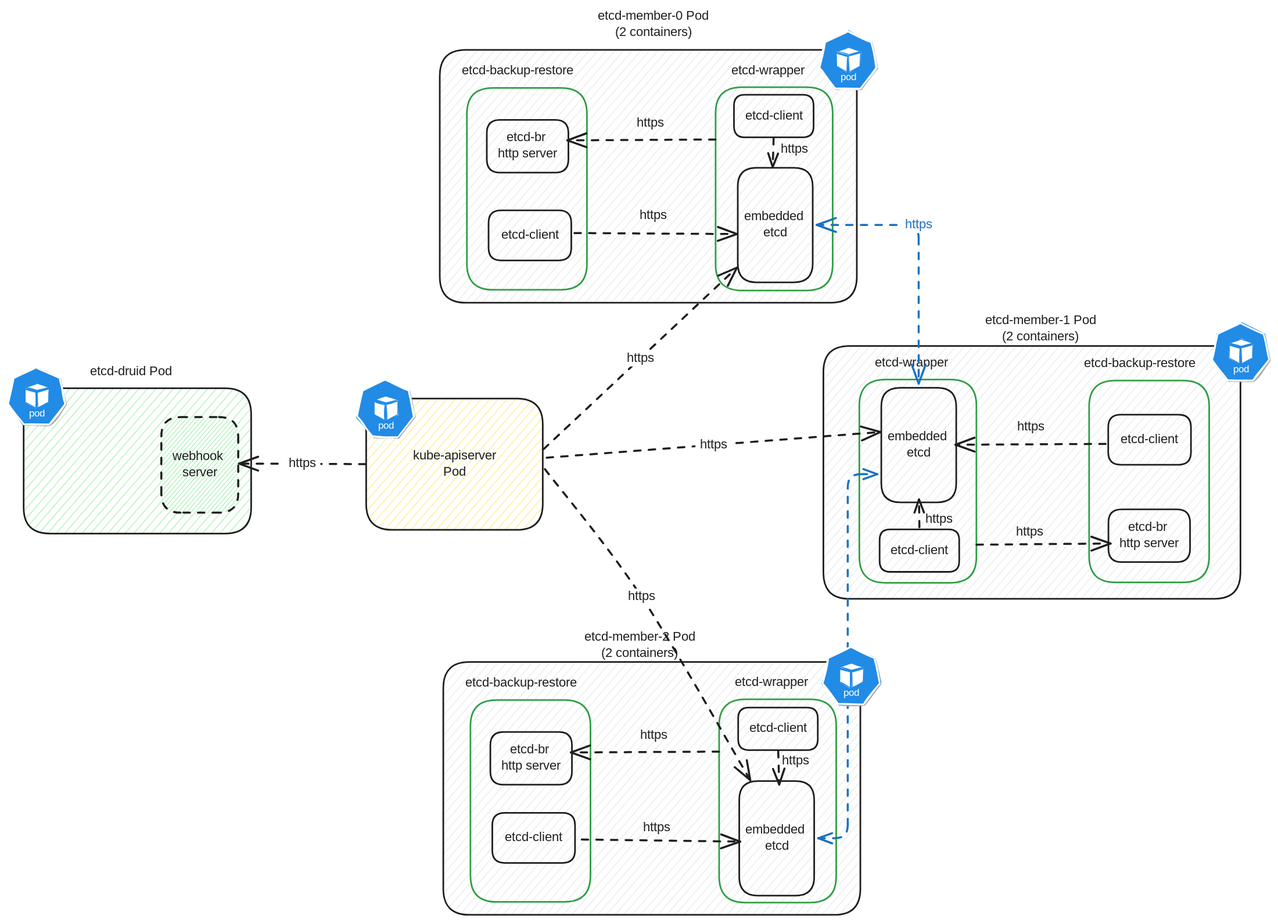
This is docs/assets/images/tls-communication-lines.excalidraw.svg from unmarshall/etcd-druid, a Excalidraw export, as it was before one commit. Source tidied: one line per element, renumbered; positions are measured from the earlier drawing's top-left corner, leaving out a move shared by most shapes.
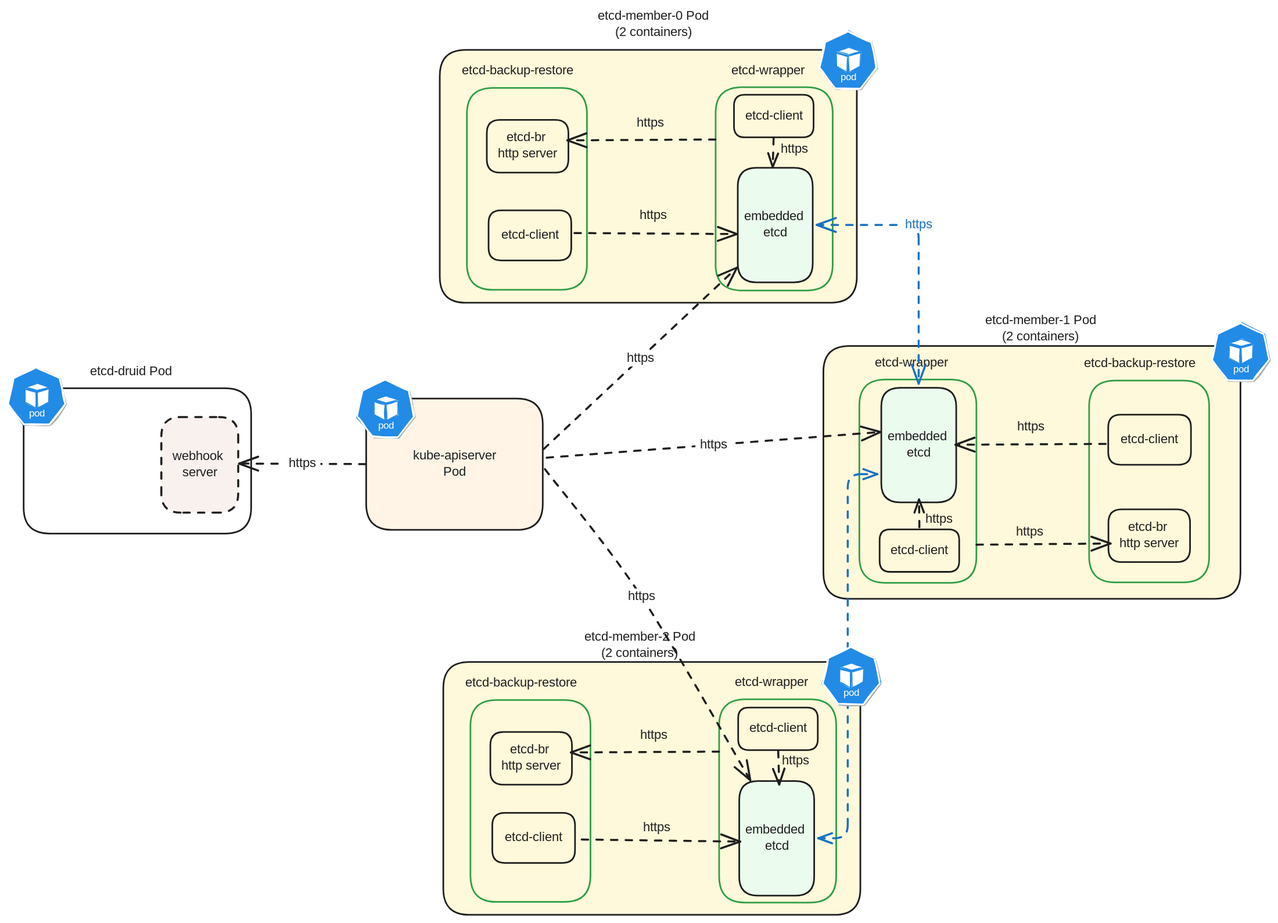
Above is the later version.

Commit message:
revised image for tls communication lines

The edit, as a diff of the source:
```diff
@@ -1,9 +1,9 @@
-{"id": 0, "type": "rectangle", "strokeColor": "#1e1e1e", "backgroundColor": "#e9ecef", "fillStyle": "hachure", "strokeWidth": 2, "roughness": 0, "round": true, "x": 531, "y": 51, "width": 513, "height": 311}
+{"id": 0, "type": "rectangle", "strokeColor": "#1e1e1e", "backgroundColor": "#fff9db", "fillStyle": "solid", "strokeWidth": 2, "roughness": 0, "round": true, "x": 531, "y": 51, "width": 513, "height": 311}
 {"id": 1, "type": "rectangle", "strokeColor": "#2f9e44", "strokeWidth": 2, "roughness": 0, "round": true, "x": 564, "y": 98, "width": 148, "height": 248}
 {"id": 2, "type": "rectangle", "strokeColor": "#2f9e44", "strokeWidth": 2, "roughness": 0, "round": true, "x": 870, "y": 97, "width": 144, "height": 250}
 {"id": 3, "type": "rectangle", "strokeColor": "#1e1e1e", "strokeWidth": 2, "roughness": 0, "round": true, "x": 589, "y": 137, "width": 100, "height": 65}
 {"id": 4, "type": "text", "text": "etcd-br \nhttp server", "strokeColor": "#1e1e1e", "strokeWidth": 2, "roughness": 0, "fontSize": 16, "fontFamily": 5, "textAlign": "center", "verticalAlign": "middle", "inside": 3, "x": 594, "y": 150, "width": 90, "height": 40}
-{"id": 5, "type": "rectangle", "strokeColor": "#1e1e1e", "strokeWidth": 2, "roughness": 0, "round": true, "x": 897, "y": 196, "width": 92, "height": 141}
+{"id": 5, "type": "rectangle", "strokeColor": "#1e1e1e", "backgroundColor": "#ebfbee", "fillStyle": "solid", "strokeWidth": 2, "roughness": 0, "round": true, "x": 897, "y": 196, "width": 92, "height": 141}
 {"id": 6, "type": "text", "text": "embedded \netcd", "strokeColor": "#1e1e1e", "strokeWidth": 2, "roughness": 0, "fontSize": 16, "fontFamily": 5, "textAlign": "center", "verticalAlign": "middle", "inside": 5, "x": 903, "y": 247, "width": 81, "height": 40}
 {"id": 7, "type": "text", "text": "etcd-backup-restore", "strokeColor": "#1e1e1e", "strokeWidth": 2, "roughness": 0, "fontSize": 16, "fontFamily": 5, "x": 558, "y": 67, "width": 157, "height": 20}
 {"id": 8, "type": "text", "text": "etcd-wrapper", "strokeColor": "#1e1e1e", "strokeWidth": 2, "roughness": 0, "fontSize": 16, "fontFamily": 5, "x": 889, "y": 67, "width": 101, "height": 20}
@@ -12,24 +12,24 @@
 {"id": 11, "type": "text", "text": "https", "strokeColor": "#1e1e1e", "strokeWidth": 2, "roughness": 0, "fontSize": 16, "fontFamily": 5, "x": 773, "y": 132, "width": 45, "height": 20}
 {"id": 12, "type": "text", "text": "https", "strokeColor": "#1e1e1e", "strokeWidth": 2, "roughness": 0, "fontSize": 16, "fontFamily": 5, "x": 776, "y": 245, "width": 45, "height": 20}
 {"id": 13, "type": "text", "text": "etcd-member-0 Pod\n(2 containers)", "strokeColor": "#1e1e1e", "strokeWidth": 2, "roughness": 0, "fontSize": 16, "fontFamily": 5, "textAlign": "center", "x": 719, "y": 0, "width": 149, "height": 40}
-{"id": 14, "type": "rectangle", "strokeColor": "#1e1e1e", "backgroundColor": "#e9ecef", "fillStyle": "hachure", "strokeWidth": 2, "roughness": 0, "round": true, "x": 1003, "y": 415, "width": 513, "height": 311}
+{"id": 14, "type": "rectangle", "strokeColor": "#1e1e1e", "backgroundColor": "#fff9db", "fillStyle": "solid", "strokeWidth": 2, "roughness": 0, "round": true, "x": 1003, "y": 415, "width": 513, "height": 311}
 {"id": 15, "type": "rectangle", "strokeColor": "#2f9e44", "strokeWidth": 2, "roughness": 0, "round": true, "x": 1329, "y": 458, "width": 148, "height": 248}
 {"id": 16, "type": "rectangle", "strokeColor": "#1e1e1e", "strokeWidth": 2, "roughness": 0, "round": true, "x": 1353, "y": 616, "width": 100, "height": 65}
 {"id": 17, "type": "text", "text": "etcd-br \nhttp server", "strokeColor": "#1e1e1e", "strokeWidth": 2, "roughness": 0, "fontSize": 16, "fontFamily": 5, "textAlign": "center", "verticalAlign": "middle", "inside": 16, "x": 1358, "y": 629, "width": 90, "height": 40}
 {"id": 18, "type": "text", "text": "etcd-backup-restore", "strokeColor": "#1e1e1e", "strokeWidth": 2, "roughness": 0, "fontSize": 16, "fontFamily": 5, "x": 1323, "y": 427, "width": 157, "height": 20}
 {"id": 19, "type": "rectangle", "strokeColor": "#2f9e44", "strokeWidth": 2, "roughness": 0, "round": true, "x": 1047, "y": 457, "width": 144, "height": 250}
-{"id": 20, "type": "rectangle", "strokeColor": "#1e1e1e", "strokeWidth": 2, "roughness": 0, "round": true, "x": 1074, "y": 467, "width": 92, "height": 141}
+{"id": 20, "type": "rectangle", "strokeColor": "#1e1e1e", "backgroundColor": "#ebfbee", "fillStyle": "solid", "strokeWidth": 2, "roughness": 0, "round": true, "x": 1074, "y": 467, "width": 92, "height": 141}
 {"id": 21, "type": "text", "text": "embedded \netcd", "strokeColor": "#1e1e1e", "strokeWidth": 2, "roughness": 0, "fontSize": 16, "fontFamily": 5, "textAlign": "center", "verticalAlign": "middle", "inside": 20, "x": 1080, "y": 517, "width": 81, "height": 40}
 {"id": 22, "type": "text", "text": "etcd-wrapper", "strokeColor": "#1e1e1e", "strokeWidth": 2, "roughness": 0, "fontSize": 16, "fontFamily": 5, "x": 1066, "y": 427, "width": 101, "height": 20}
 {"id": 23, "type": "text", "text": "https", "strokeColor": "#1e1e1e", "strokeWidth": 2, "roughness": 0, "fontSize": 16, "fontFamily": 5, "x": 1241, "y": 505, "width": 45, "height": 20}
 {"id": 24, "type": "text", "text": "https", "strokeColor": "#1e1e1e", "strokeWidth": 2, "roughness": 0, "fontSize": 16, "fontFamily": 5, "x": 1239, "y": 634, "width": 45, "height": 20}
 {"id": 25, "type": "text", "text": "etcd-member-1 Pod\n(2 containers)", "strokeColor": "#1e1e1e", "strokeWidth": 2, "roughness": 0, "fontSize": 16, "fontFamily": 5, "textAlign": "center", "x": 1197, "y": 374, "width": 145, "height": 40}
-{"id": 26, "type": "rectangle", "strokeColor": "#1e1e1e", "backgroundColor": "#e9ecef", "fillStyle": "hachure", "strokeWidth": 2, "roughness": 0, "round": true, "x": 535, "y": 804, "width": 513, "height": 311}
+{"id": 26, "type": "rectangle", "strokeColor": "#1e1e1e", "backgroundColor": "#fff9db", "fillStyle": "solid", "strokeWidth": 2, "roughness": 0, "round": true, "x": 535, "y": 804, "width": 513, "height": 311}
 {"id": 27, "type": "rectangle", "strokeColor": "#2f9e44", "strokeWidth": 2, "roughness": 0, "round": true, "x": 569, "y": 851, "width": 148, "height": 248}
 {"id": 28, "type": "rectangle", "strokeColor": "#2f9e44", "strokeWidth": 2, "roughness": 0, "round": true, "x": 874, "y": 850, "width": 144, "height": 250}
 {"id": 29, "type": "rectangle", "strokeColor": "#1e1e1e", "strokeWidth": 2, "roughness": 0, "round": true, "x": 593, "y": 890, "width": 100, "height": 65}
 {"id": 30, "type": "text", "text": "etcd-br \nhttp server", "strokeColor": "#1e1e1e", "strokeWidth": 2, "roughness": 0, "fontSize": 16, "fontFamily": 5, "textAlign": "center", "verticalAlign": "middle", "inside": 29, "x": 598, "y": 903, "width": 90, "height": 40}
-{"id": 31, "type": "rectangle", "strokeColor": "#1e1e1e", "strokeWidth": 2, "roughness": 0, "round": true, "x": 899, "y": 951, "width": 92, "height": 141}
+{"id": 31, "type": "rectangle", "strokeColor": "#1e1e1e", "backgroundColor": "#ebfbee", "fillStyle": "solid", "strokeWidth": 2, "roughness": 0, "round": true, "x": 899, "y": 951, "width": 92, "height": 141}
 {"id": 32, "type": "text", "text": "embedded \netcd", "strokeColor": "#1e1e1e", "strokeWidth": 2, "roughness": 0, "fontSize": 16, "fontFamily": 5, "textAlign": "center", "verticalAlign": "middle", "inside": 31, "x": 905, "y": 1001, "width": 81, "height": 40}
 {"id": 33, "type": "text", "text": "etcd-backup-restore", "strokeColor": "#1e1e1e", "strokeWidth": 2, "roughness": 0, "fontSize": 16, "fontFamily": 5, "x": 562, "y": 820, "width": 157, "height": 20}
 {"id": 34, "type": "text", "text": "etcd-wrapper", "strokeColor": "#1e1e1e", "strokeWidth": 2, "roughness": 0, "fontSize": 16, "fontFamily": 5, "x": 894, "y": 820, "width": 101, "height": 20}
@@ -38,9 +38,9 @@
 {"id": 37, "type": "text", "text": "https", "strokeColor": "#1e1e1e", "strokeWidth": 2, "roughness": 0, "fontSize": 16, "fontFamily": 5, "x": 777, "y": 884, "width": 45, "height": 20}
 {"id": 38, "type": "text", "text": "https", "strokeColor": "#1e1e1e", "strokeWidth": 2, "roughness": 0, "fontSize": 16, "fontFamily": 5, "x": 781, "y": 998, "width": 45, "height": 20}
 {"id": 39, "type": "text", "text": "etcd-member-2 Pod\n(2 containers)", "strokeColor": "#1e1e1e", "strokeWidth": 2, "roughness": 0, "fontSize": 16, "fontFamily": 5, "textAlign": "center", "x": 702, "y": 764, "width": 150, "height": 40}
-{"id": 40, "type": "rectangle", "strokeColor": "#1e1e1e", "backgroundColor": "#ffec99", "fillStyle": "hachure", "strokeWidth": 2, "roughness": 0, "round": true, "x": 440, "y": 480, "width": 217, "height": 162}
+{"id": 40, "type": "rectangle", "strokeColor": "#1e1e1e", "backgroundColor": "#fff4e6", "fillStyle": "solid", "strokeWidth": 2, "roughness": 0, "round": true, "x": 440, "y": 480, "width": 217, "height": 162}
 {"id": 41, "type": "text", "text": "kube-apiserver\nPod", "strokeColor": "#1e1e1e", "backgroundColor": "#ffec99", "fillStyle": "solid", "strokeWidth": 2, "roughness": 0, "fontSize": 16, "fontFamily": 5, "textAlign": "center", "verticalAlign": "middle", "inside": 40, "x": 493, "y": 541, "width": 111, "height": 40}
-{"id": 42, "type": "rectangle", "strokeColor": "#1e1e1e", "backgroundColor": "#b2f2bb", "fillStyle": "hachure", "strokeWidth": 2, "roughness": 0, "round": true, "x": 19, "y": 467, "width": 280, "height": 179}
+{"id": 42, "type": "rectangle", "strokeColor": "#1e1e1e", "backgroundColor": "#ffffff", "fillStyle": "solid", "strokeWidth": 2, "roughness": 0, "round": true, "x": 19, "y": 467, "width": 280, "height": 179}
 {"id": 43, "type": "arrow", "strokeColor": "#1e1e1e", "backgroundColor": "#99e9f2", "fillStyle": "hachure", "strokeWidth": 2, "strokeStyle": "dashed", "roughness": 0, "endArrowhead": "arrow", "round": true, "from": 40, "to": 5, "x": 659, "y": 542, "width": 238, "height": 223, "points": [[0, 0], [238, -223]]}
 {"id": 44, "type": "text", "text": "https", "strokeColor": "#1e1e1e", "backgroundColor": "#99e9f2", "fillStyle": "hachure", "strokeWidth": 2, "strokeStyle": "dashed", "roughness": 0, "fontSize": 16, "fontFamily": 5, "textAlign": "center", "verticalAlign": "middle", "inside": 43, "x": 729, "y": 395, "width": 45, "height": 20}
 {"id": 45, "type": "arrow", "strokeColor": "#1e1e1e", "backgroundColor": "#99e9f2", "fillStyle": "hachure", "strokeWidth": 2, "strokeStyle": "dashed", "roughness": 0, "endArrowhead": "arrow", "round": true, "from": 40, "to": 31, "x": 660, "y": 567, "width": 253, "height": 383, "points": [[0, 0], [119, 157], [253, 383]]}
@@ -50,7 +50,7 @@
 {"id": 49, "type": "arrow", "strokeColor": "#1971c2", "backgroundColor": "#99e9f2", "fillStyle": "hachure", "strokeWidth": 2, "strokeStyle": "dashed", "roughness": 0, "startArrowhead": "arrow", "endArrowhead": "arrow", "from": 5, "x": 994, "y": 267, "width": 125, "height": 195, "points": [[0, 0], [125, 0], [125, 195]]}
 {"id": 50, "type": "text", "text": "https", "strokeColor": "#1971c2", "backgroundColor": "#99e9f2", "fillStyle": "hachure", "strokeWidth": 2, "strokeStyle": "dashed", "roughness": 0, "fontSize": 16, "fontFamily": 5, "textAlign": "center", "verticalAlign": "middle", "inside": 49, "x": 1096, "y": 247, "width": 45, "height": 20}
 {"id": 51, "type": "arrow", "strokeColor": "#1971c2", "backgroundColor": "#99e9f2", "fillStyle": "hachure", "strokeWidth": 2, "strokeStyle": "dashed", "roughness": 0, "startArrowhead": "arrow", "endArrowhead": "arrow", "from": 31, "to": 20, "x": 996, "y": 1021, "width": 73, "height": 448, "points": [[0, 0], [36, 0], [36, -448], [73, -448]]}
-{"id": 52, "type": "rectangle", "strokeColor": "#1e1e1e", "backgroundColor": "#b2f2bb", "fillStyle": "hachure", "strokeWidth": 2, "strokeStyle": "dashed", "roughness": 0, "round": true, "x": 188, "y": 503, "width": 95, "height": 118}
+{"id": 52, "type": "rectangle", "strokeColor": "#1e1e1e", "backgroundColor": "#f8f1ee", "fillStyle": "solid", "strokeWidth": 2, "strokeStyle": "dashed", "roughness": 0, "round": true, "x": 188, "y": 503, "width": 95, "height": 118}
 {"id": 53, "type": "text", "text": "webhook \nserver", "strokeColor": "#1e1e1e", "backgroundColor": "#b2f2bb", "fillStyle": "hachure", "strokeWidth": 2, "strokeStyle": "dashed", "roughness": 0, "fontSize": 16, "fontFamily": 5, "textAlign": "center", "verticalAlign": "middle", "inside": 52, "x": 200, "y": 542, "width": 72, "height": 40}
 {"id": 54, "type": "text", "text": "etcd-druid Pod", "strokeColor": "#1e1e1e", "backgroundColor": "#b2f2bb", "fillStyle": "hachure", "strokeWidth": 2, "strokeStyle": "dashed", "roughness": 0, "fontSize": 16, "fontFamily": 5, "x": 101, "y": 437, "width": 117, "height": 20}
 {"id": 55, "type": "arrow", "strokeColor": "#1e1e1e", "backgroundColor": "#b2f2bb", "fillStyle": "hachure", "strokeWidth": 2, "strokeStyle": "dashed", "roughness": 0, "endArrowhead": "arrow", "from": 40, "to": 52, "x": 439, "y": 561, "width": 156, "height": 1, "points": [[0, 0], [-156, -1]]}
```
